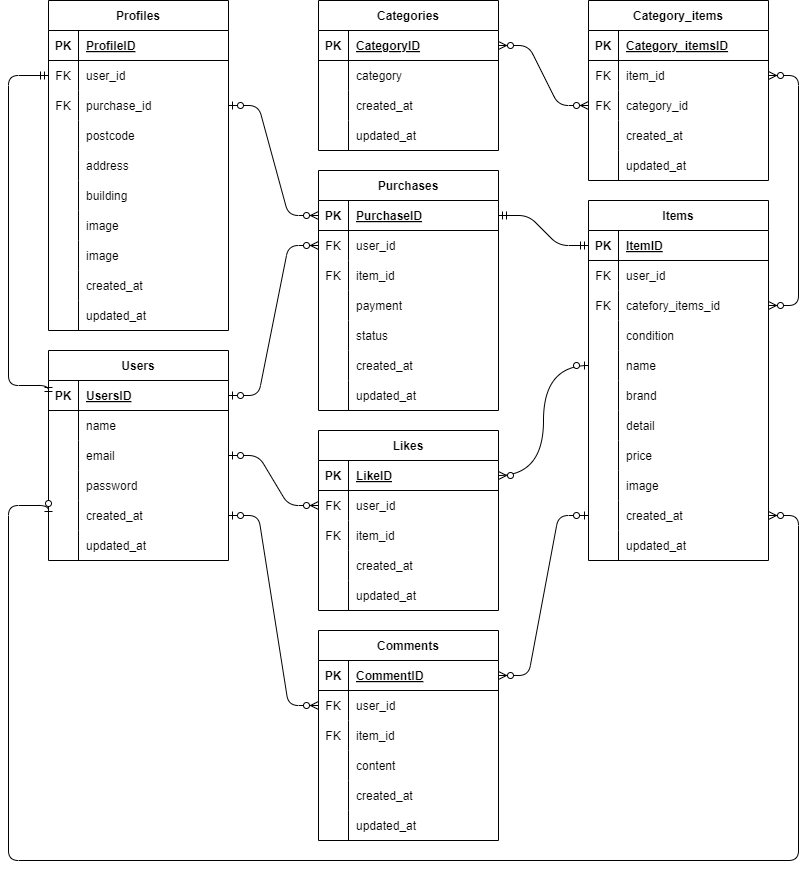
The draw.io diagram ER.drawio.png in orochan89/flea-market-app, before a commit. Source tidied: cells renumbered, new cells last; positions are measured from the earlier drawing's top-left corner, leaving out a move shared by most shapes.
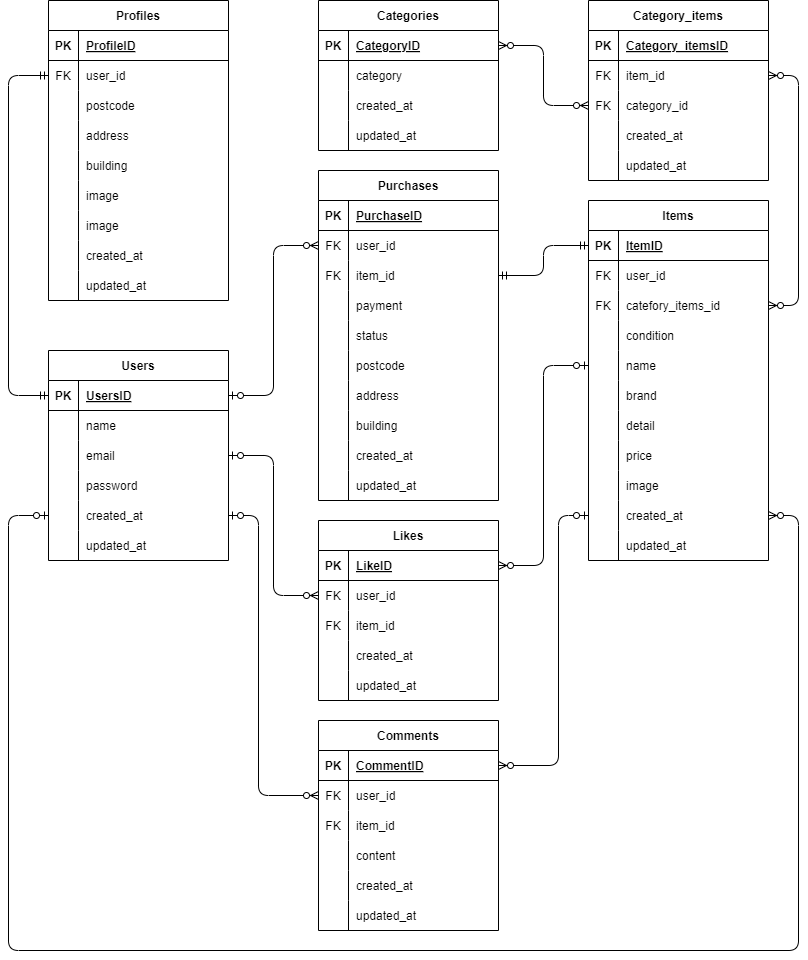
The same file after the commit.

What changed in the source:
```diff
@@ -162,7 +162,7 @@
       <mxGeometry x="30" width="150" height="30" as="geometry" />
     </mxCell>
     <mxCell id="55" value="Purchases" style="shape=table;startSize=30;rowLines=0;fontStyle=1;align=center;" parent="1" vertex="1">
-      <mxGeometry x="310" y="170" width="180" height="240" as="geometry" />
+      <mxGeometry x="310" y="170" width="180" height="330" as="geometry" />
     </mxCell>
     <mxCell id="56" style="shape=tableRow;horizontal=0;startSize=0;swimlaneHead=0;swimlaneBody=0;fillColor=none;points=[[0,0.5],[1,0.5]];portConstraint=eastwest;top=0;left=0;right=0;bottom=1;" parent="55" vertex="1">
       <mxGeometry y="30" width="180" height="30" as="geometry" />
@@ -209,8 +209,35 @@
     <mxCell id="70" value="status" style="shape=partialRectangle;fillColor=none;top=0;left=0;bottom=0;right=0;align=left;spacingLeft=6;overflow=hidden;" parent="68" vertex="1">
       <mxGeometry x="30" width="150" height="30" as="geometry" />
     </mxCell>
+    <mxCell id="183" style="shape=tableRow;horizontal=0;startSize=0;swimlaneHead=0;swimlaneBody=0;fillColor=none;top=0;left=0;right=0;bottom=0;" parent="55" vertex="1">
+      <mxGeometry y="180" width="180" height="30" as="geometry" />
+    </mxCell>
+    <mxCell id="184" style="shape=partialRectangle;fillColor=none;top=0;left=0;bottom=0;right=0;overflow=hidden;" parent="183" vertex="1">
+      <mxGeometry width="30" height="30" as="geometry" />
+    </mxCell>
+    <mxCell id="185" value="postcode" style="shape=partialRectangle;fillColor=none;top=0;left=0;bottom=0;right=0;align=left;spacingLeft=6;overflow=hidden;" parent="183" vertex="1">
+      <mxGeometry x="30" width="150" height="30" as="geometry" />
+    </mxCell>
+    <mxCell id="186" style="shape=tableRow;horizontal=0;startSize=0;swimlaneHead=0;swimlaneBody=0;fillColor=none;top=0;left=0;right=0;bottom=0;" parent="55" vertex="1">
+      <mxGeometry y="210" width="180" height="30" as="geometry" />
+    </mxCell>
+    <mxCell id="187" style="shape=partialRectangle;fillColor=none;top=0;left=0;bottom=0;right=0;overflow=hidden;" parent="186" vertex="1">
+      <mxGeometry width="30" height="30" as="geometry" />
+    </mxCell>
+    <mxCell id="188" value="address" style="shape=partialRectangle;fillColor=none;top=0;left=0;bottom=0;right=0;align=left;spacingLeft=6;overflow=hidden;" parent="186" vertex="1">
+      <mxGeometry x="30" width="150" height="30" as="geometry" />
+    </mxCell>
+    <mxCell id="189" style="shape=tableRow;horizontal=0;startSize=0;swimlaneHead=0;swimlaneBody=0;fillColor=none;top=0;left=0;right=0;bottom=0;" parent="55" vertex="1">
+      <mxGeometry y="240" width="180" height="30" as="geometry" />
+    </mxCell>
+    <mxCell id="190" style="shape=partialRectangle;fillColor=none;top=0;left=0;bottom=0;right=0;overflow=hidden;" parent="189" vertex="1">
+      <mxGeometry width="30" height="30" as="geometry" />
+    </mxCell>
+    <mxCell id="191" value="building" style="shape=partialRectangle;fillColor=none;top=0;left=0;bottom=0;right=0;align=left;spacingLeft=6;overflow=hidden;" parent="189" vertex="1">
+      <mxGeometry x="30" width="150" height="30" as="geometry" />
+    </mxCell>
     <mxCell id="71" style="shape=tableRow;horizontal=0;startSize=0;swimlaneHead=0;swimlaneBody=0;fillColor=none;top=0;left=0;right=0;bottom=0;" parent="55" vertex="1">
-      <mxGeometry y="180" width="180" height="30" as="geometry" />
+      <mxGeometry y="270" width="180" height="30" as="geometry" />
     </mxCell>
     <mxCell id="72" style="shape=partialRectangle;fillColor=none;top=0;left=0;bottom=0;right=0;overflow=hidden;" parent="71" vertex="1">
       <mxGeometry width="30" height="30" as="geometry" />
@@ -219,7 +246,7 @@
       <mxGeometry x="30" width="150" height="30" as="geometry" />
     </mxCell>
     <mxCell id="74" style="shape=tableRow;horizontal=0;startSize=0;swimlaneHead=0;swimlaneBody=0;fillColor=none;top=0;left=0;right=0;bottom=0;" parent="55" vertex="1">
-      <mxGeometry y="210" width="180" height="30" as="geometry" />
+      <mxGeometry y="300" width="180" height="30" as="geometry" />
     </mxCell>
     <mxCell id="75" style="shape=partialRectangle;fillColor=none;top=0;left=0;bottom=0;right=0;overflow=hidden;" parent="74" vertex="1">
       <mxGeometry width="30" height="30" as="geometry" />
@@ -228,7 +255,7 @@
       <mxGeometry x="30" width="150" height="30" as="geometry" />
     </mxCell>
     <mxCell id="77" value="Likes" style="shape=table;startSize=30;rowLines=0;fontStyle=1;align=center;" parent="1" vertex="1">
-      <mxGeometry x="310" y="430" width="180" height="180" as="geometry" />
+      <mxGeometry x="310" y="520" width="180" height="180" as="geometry" />
     </mxCell>
     <mxCell id="78" style="shape=tableRow;horizontal=0;startSize=0;swimlaneHead=0;swimlaneBody=0;fillColor=none;points=[[0,0.5],[1,0.5]];portConstraint=eastwest;top=0;left=0;right=0;bottom=1;" parent="77" vertex="1">
       <mxGeometry y="30" width="180" height="30" as="geometry" />
@@ -276,7 +303,7 @@
       <mxGeometry x="30" width="150" height="30" as="geometry" />
     </mxCell>
     <mxCell id="93" value="Comments" style="shape=table;startSize=30;rowLines=0;fontStyle=1;align=center;" parent="1" vertex="1">
-      <mxGeometry x="310" y="630" width="180" height="210" as="geometry" />
+      <mxGeometry x="310" y="720" width="180" height="210" as="geometry" />
     </mxCell>
     <mxCell id="94" style="shape=tableRow;horizontal=0;startSize=0;swimlaneHead=0;swimlaneBody=0;fillColor=none;points=[[0,0.5],[1,0.5]];portConstraint=eastwest;top=0;left=0;right=0;bottom=1;" parent="93" vertex="1">
       <mxGeometry y="30" width="180" height="30" as="geometry" />
@@ -372,7 +399,7 @@
       <mxGeometry x="30" width="150" height="30" as="geometry" />
     </mxCell>
     <mxCell id="125" value="Profiles" style="shape=table;startSize=30;rowLines=0;fontStyle=1;align=center;" parent="1" vertex="1">
-      <mxGeometry x="40" width="180" height="330" as="geometry" />
+      <mxGeometry x="40" width="180" height="300" as="geometry" />
     </mxCell>
     <mxCell id="126" style="shape=tableRow;horizontal=0;startSize=0;swimlaneHead=0;swimlaneBody=0;fillColor=none;top=0;left=0;right=0;bottom=1;" parent="125" vertex="1">
       <mxGeometry y="30" width="180" height="30" as="geometry" />
@@ -392,17 +419,8 @@
     <mxCell id="131" value="user_id" style="shape=partialRectangle;fillColor=none;top=0;left=0;bottom=0;right=0;align=left;spacingLeft=6;overflow=hidden;" parent="129" vertex="1">
       <mxGeometry x="30" width="150" height="30" as="geometry" />
     </mxCell>
-    <mxCell id="132" style="shape=tableRow;horizontal=0;startSize=0;swimlaneHead=0;swimlaneBody=0;fillColor=none;points=[[0,0.5],[1,0.5]];portConstraint=eastwest;top=0;left=0;right=0;bottom=0;" parent="125" vertex="1">
-      <mxGeometry y="90" width="180" height="30" as="geometry" />
-    </mxCell>
-    <mxCell id="133" value="FK" style="shape=partialRectangle;fillColor=none;top=0;left=0;bottom=0;right=0;overflow=hidden;" parent="132" vertex="1">
-      <mxGeometry width="30" height="30" as="geometry" />
-    </mxCell>
-    <mxCell id="134" value="purchase_id" style="shape=partialRectangle;fillColor=none;top=0;left=0;bottom=0;right=0;align=left;spacingLeft=6;overflow=hidden;" parent="132" vertex="1">
-      <mxGeometry x="30" width="150" height="30" as="geometry" />
-    </mxCell>
     <mxCell id="135" style="shape=tableRow;horizontal=0;startSize=0;swimlaneHead=0;swimlaneBody=0;fillColor=none;top=0;left=0;right=0;bottom=0;" parent="125" vertex="1">
-      <mxGeometry y="120" width="180" height="30" as="geometry" />
+      <mxGeometry y="90" width="180" height="30" as="geometry" />
     </mxCell>
     <mxCell id="136" style="shape=partialRectangle;fillColor=none;top=0;left=0;bottom=0;right=0;overflow=hidden;" parent="135" vertex="1">
       <mxGeometry width="30" height="30" as="geometry" />
@@ -411,7 +429,7 @@
       <mxGeometry x="30" width="150" height="30" as="geometry" />
     </mxCell>
     <mxCell id="138" style="shape=tableRow;horizontal=0;startSize=0;swimlaneHead=0;swimlaneBody=0;fillColor=none;top=0;left=0;right=0;bottom=0;" parent="125" vertex="1">
-      <mxGeometry y="150" width="180" height="30" as="geometry" />
+      <mxGeometry y="120" width="180" height="30" as="geometry" />
     </mxCell>
     <mxCell id="139" style="shape=partialRectangle;fillColor=none;top=0;left=0;bottom=0;right=0;overflow=hidden;" parent="138" vertex="1">
       <mxGeometry width="30" height="30" as="geometry" />
@@ -420,7 +438,7 @@
       <mxGeometry x="30" width="150" height="30" as="geometry" />
     </mxCell>
     <mxCell id="141" style="shape=tableRow;horizontal=0;startSize=0;swimlaneHead=0;swimlaneBody=0;fillColor=none;top=0;left=0;right=0;bottom=0;" parent="125" vertex="1">
-      <mxGeometry y="180" width="180" height="30" as="geometry" />
+      <mxGeometry y="150" width="180" height="30" as="geometry" />
     </mxCell>
     <mxCell id="142" style="shape=partialRectangle;fillColor=none;top=0;left=0;bottom=0;right=0;overflow=hidden;" parent="141" vertex="1">
       <mxGeometry width="30" height="30" as="geometry" />
@@ -429,7 +447,7 @@
       <mxGeometry x="30" width="150" height="30" as="geometry" />
     </mxCell>
     <mxCell id="144" style="shape=tableRow;horizontal=0;startSize=0;swimlaneHead=0;swimlaneBody=0;fillColor=none;top=0;left=0;right=0;bottom=0;" parent="125" vertex="1">
-      <mxGeometry y="210" width="180" height="30" as="geometry" />
+      <mxGeometry y="180" width="180" height="30" as="geometry" />
     </mxCell>
     <mxCell id="145" style="shape=partialRectangle;fillColor=none;top=0;left=0;bottom=0;right=0;overflow=hidden;" parent="144" vertex="1">
       <mxGeometry width="30" height="30" as="geometry" />
@@ -438,7 +456,7 @@
       <mxGeometry x="30" width="150" height="30" as="geometry" />
     </mxCell>
     <mxCell id="147" style="shape=tableRow;horizontal=0;startSize=0;swimlaneHead=0;swimlaneBody=0;fillColor=none;top=0;left=0;right=0;bottom=0;" parent="125" vertex="1">
-      <mxGeometry y="240" width="180" height="30" as="geometry" />
+      <mxGeometry y="210" width="180" height="30" as="geometry" />
     </mxCell>
     <mxCell id="148" style="shape=partialRectangle;fillColor=none;top=0;left=0;bottom=0;right=0;overflow=hidden;" parent="147" vertex="1">
       <mxGeometry width="30" height="30" as="geometry" />
@@ -447,7 +465,7 @@
       <mxGeometry x="30" width="150" height="30" as="geometry" />
     </mxCell>
     <mxCell id="150" style="shape=tableRow;horizontal=0;startSize=0;swimlaneHead=0;swimlaneBody=0;fillColor=none;top=0;left=0;right=0;bottom=0;" parent="125" vertex="1">
-      <mxGeometry y="270" width="180" height="30" as="geometry" />
+      <mxGeometry y="240" width="180" height="30" as="geometry" />
     </mxCell>
     <mxCell id="151" style="shape=partialRectangle;fillColor=none;top=0;left=0;bottom=0;right=0;overflow=hidden;" parent="150" vertex="1">
       <mxGeometry width="30" height="30" as="geometry" />
@@ -456,7 +474,7 @@
       <mxGeometry x="30" width="150" height="30" as="geometry" />
     </mxCell>
     <mxCell id="153" style="shape=tableRow;horizontal=0;startSize=0;swimlaneHead=0;swimlaneBody=0;fillColor=none;top=0;left=0;right=0;bottom=0;" parent="125" vertex="1">
-      <mxGeometry y="300" width="180" height="30" as="geometry" />
+      <mxGeometry y="270" width="180" height="30" as="geometry" />
     </mxCell>
     <mxCell id="154" style="shape=partialRectangle;fillColor=none;top=0;left=0;bottom=0;right=0;overflow=hidden;" parent="153" vertex="1">
       <mxGeometry width="30" height="30" as="geometry" />
@@ -512,53 +530,57 @@
     <mxCell id="171" value="updated_at" style="shape=partialRectangle;fillColor=none;top=0;left=0;bottom=0;right=0;align=left;spacingLeft=6;overflow=hidden;" parent="169" vertex="1">
       <mxGeometry x="30" width="150" height="30" as="geometry" />
     </mxCell>
-    <mxCell id="172" style="edgeStyle=entityRelationEdgeStyle;fontSize=12;html=1;endArrow=ERzeroToMany;endFill=1;startArrow=ERzeroToMany;exitX=1;exitY=0.5;exitDx=0;exitDy=0;entryX=0;entryY=0.5;entryDx=0;entryDy=0;" parent="1" edge="1" source="113" target="163">
+    <mxCell id="172" style="edgeStyle=orthogonalEdgeStyle;fontSize=12;html=1;endArrow=ERzeroToMany;endFill=1;startArrow=ERzeroToMany;exitX=1;exitY=0.5;exitDx=0;exitDy=0;entryX=0;entryY=0.5;entryDx=0;entryDy=0;" parent="1" edge="1" source="113" target="163">
       <mxGeometry relative="1" as="geometry" />
     </mxCell>
     <mxCell id="173" style="edgeStyle=entityRelationEdgeStyle;fontSize=12;html=1;endArrow=ERzeroToMany;endFill=1;startArrow=ERzeroToMany;entryX=1;entryY=0.5;entryDx=0;entryDy=0;exitX=1;exitY=0.5;exitDx=0;exitDy=0;" parent="1" edge="1" source="28" target="160">
       <mxGeometry relative="1" as="geometry" />
     </mxCell>
-    <mxCell id="174" style="edgeStyle=entityRelationEdgeStyle;fontSize=12;html=1;endArrow=ERzeroToMany;startArrow=ERzeroToOne;exitX=1;exitY=0.5;exitDx=0;exitDy=0;entryX=0;entryY=0.5;entryDx=0;entryDy=0;" parent="1" edge="1" source="132" target="56">
-      <mxGeometry relative="1" as="geometry" />
-    </mxCell>
-    <mxCell id="175" style="edgeStyle=orthogonalEdgeStyle;fontSize=12;html=1;endArrow=ERmandOne;startArrow=ERmandOne;entryX=0;entryY=0.5;entryDx=0;entryDy=0;exitX=0;exitY=0.5;exitDx=0;exitDy=0;" parent="1" edge="1" source="3" target="129">
+    <mxCell id="175" style="edgeStyle=orthogonalEdgeStyle;fontSize=12;html=1;endArrow=ERmandOne;startArrow=ERmandOne;exitX=0;exitY=0.5;exitDx=0;exitDy=0;" parent="1" edge="1" source="3">
       <mxGeometry relative="1" as="geometry">
+        <mxPoint x="40" y="75" as="targetPoint" />
         <Array as="points">
-          <mxPoint y="385" />
+          <mxPoint y="395" />
           <mxPoint y="75" />
         </Array>
       </mxGeometry>
     </mxCell>
-    <mxCell id="176" style="edgeStyle=entityRelationEdgeStyle;fontSize=12;html=1;endArrow=ERzeroToMany;startArrow=ERzeroToOne;exitX=1;exitY=0.5;exitDx=0;exitDy=0;entryX=0;entryY=0.5;entryDx=0;entryDy=0;" parent="1" edge="1" source="3" target="59">
+    <mxCell id="176" style="edgeStyle=orthogonalEdgeStyle;fontSize=12;html=1;endArrow=ERzeroToMany;startArrow=ERzeroToOne;exitX=1;exitY=0.5;exitDx=0;exitDy=0;entryX=0;entryY=0.5;entryDx=0;entryDy=0;" parent="1" edge="1" source="3" target="59">
       <mxGeometry relative="1" as="geometry" />
     </mxCell>
-    <mxCell id="177" style="edgeStyle=entityRelationEdgeStyle;fontSize=12;html=1;endArrow=ERzeroToMany;startArrow=ERzeroToOne;exitX=1;exitY=0.5;exitDx=0;exitDy=0;entryX=0;entryY=0.5;entryDx=0;entryDy=0;" parent="1" edge="1" source="9" target="81">
+    <mxCell id="177" style="edgeStyle=orthogonalEdgeStyle;fontSize=12;html=1;endArrow=ERzeroToMany;startArrow=ERzeroToOne;exitX=1;exitY=0.5;exitDx=0;exitDy=0;entryX=0;entryY=0.5;entryDx=0;entryDy=0;" parent="1" edge="1" source="9" target="81">
       <mxGeometry relative="1" as="geometry" />
     </mxCell>
-    <mxCell id="178" style="edgeStyle=entityRelationEdgeStyle;fontSize=12;html=1;endArrow=ERzeroToMany;startArrow=ERzeroToOne;entryX=0;entryY=0.5;entryDx=0;entryDy=0;exitX=1;exitY=0.5;exitDx=0;exitDy=0;" parent="1" edge="1" source="15" target="97">
+    <mxCell id="178" style="edgeStyle=orthogonalEdgeStyle;fontSize=12;html=1;endArrow=ERzeroToMany;startArrow=ERzeroToOne;entryX=0;entryY=0.5;entryDx=0;entryDy=0;exitX=1;exitY=0.5;exitDx=0;exitDy=0;" parent="1" edge="1" source="15" target="97">
       <mxGeometry relative="1" as="geometry">
         <Array as="points">
-          <mxPoint x="170" y="610" />
+          <mxPoint x="250" y="515" />
+          <mxPoint x="250" y="795" />
         </Array>
       </mxGeometry>
     </mxCell>
     <mxCell id="179" style="edgeStyle=orthogonalEdgeStyle;fontSize=12;html=1;endArrow=ERzeroToMany;startArrow=ERzeroToOne;entryX=1;entryY=0.5;entryDx=0;entryDy=0;exitX=0;exitY=0.5;exitDx=0;exitDy=0;" parent="1" edge="1" source="15" target="49">
       <mxGeometry relative="1" as="geometry">
         <Array as="points">
-          <mxPoint y="505" />
-          <mxPoint y="860" />
-          <mxPoint x="790" y="860" />
+          <mxPoint y="515" />
+          <mxPoint y="950" />
+          <mxPoint x="790" y="950" />
           <mxPoint x="790" y="515" />
         </Array>
       </mxGeometry>
     </mxCell>
-    <mxCell id="180" style="fontSize=12;html=1;endArrow=ERzeroToMany;startArrow=ERzeroToOne;entryX=1;entryY=0.5;entryDx=0;entryDy=0;exitX=0;exitY=0.5;exitDx=0;exitDy=0;edgeStyle=orthogonalEdgeStyle;curved=1;" parent="1" edge="1" source="34" target="78">
+    <mxCell id="180" style="fontSize=12;html=1;endArrow=ERzeroToMany;startArrow=ERzeroToOne;entryX=1;entryY=0.5;entryDx=0;entryDy=0;exitX=0;exitY=0.5;exitDx=0;exitDy=0;edgeStyle=orthogonalEdgeStyle;" parent="1" edge="1" source="34" target="78">
       <mxGeometry relative="1" as="geometry" />
     </mxCell>
-    <mxCell id="181" style="edgeStyle=entityRelationEdgeStyle;fontSize=12;html=1;endArrow=ERzeroToMany;startArrow=ERzeroToOne;entryX=1;entryY=0.5;entryDx=0;entryDy=0;exitX=0;exitY=0.5;exitDx=0;exitDy=0;" parent="1" edge="1" source="49" target="94">
-      <mxGeometry relative="1" as="geometry" />
+    <mxCell id="181" style="edgeStyle=orthogonalEdgeStyle;fontSize=12;html=1;endArrow=ERzeroToMany;startArrow=ERzeroToOne;entryX=1;entryY=0.5;entryDx=0;entryDy=0;exitX=0;exitY=0.5;exitDx=0;exitDy=0;" parent="1" edge="1" source="49" target="94">
+      <mxGeometry relative="1" as="geometry">
+        <Array as="points">
+          <mxPoint x="550" y="515" />
+          <mxPoint x="550" y="765" />
+        </Array>
+      </mxGeometry>
     </mxCell>
-    <mxCell id="182" style="edgeStyle=entityRelationEdgeStyle;fontSize=12;html=1;endArrow=ERmandOne;startArrow=ERmandOne;entryX=0;entryY=0.5;entryDx=0;entryDy=0;exitX=1;exitY=0.5;exitDx=0;exitDy=0;" parent="1" edge="1" source="56" target="22">
+    <mxCell id="182" style="edgeStyle=orthogonalEdgeStyle;fontSize=12;html=1;endArrow=ERmandOne;startArrow=ERmandOne;entryX=0;entryY=0.5;entryDx=0;entryDy=0;exitX=1;exitY=0.5;exitDx=0;exitDy=0;" parent="1" edge="1" source="62" target="22">
       <mxGeometry relative="1" as="geometry" />
     </mxCell>
   </root>
```
